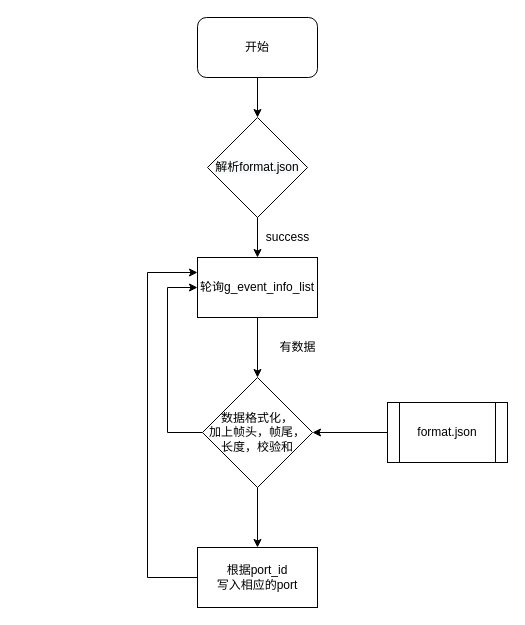
This is iservice2.0-下行逻辑.drawio from zhangmeizhen/test2, a draw.io file, before an edit. Source tidied: cells renumbered, new cells numbered last; positions are measured from the earlier drawing's top-left corner, leaving out a move shared by most shapes. Both pictures are drawn from the tidied source at 100%, with x=0, y=0 at pixel (147, 17).
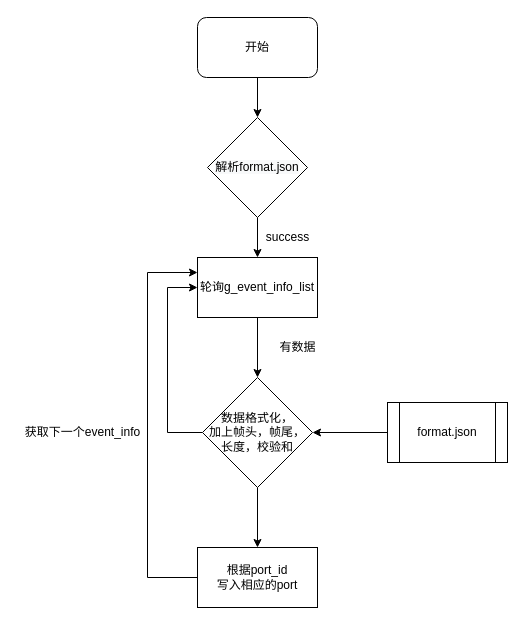
The same page after the edit.

The edit, as a diff of the source:
```diff
@@
+    <mxCell id="17" value="获取下一个event_info" style="text;html=1;align=center;verticalAlign=middle;strokeColor=none;" parent="1" vertex="1">
+      <mxGeometry x="-130" y="405" width="130" height="20" as="geometry" />
+    </mxCell>
```
